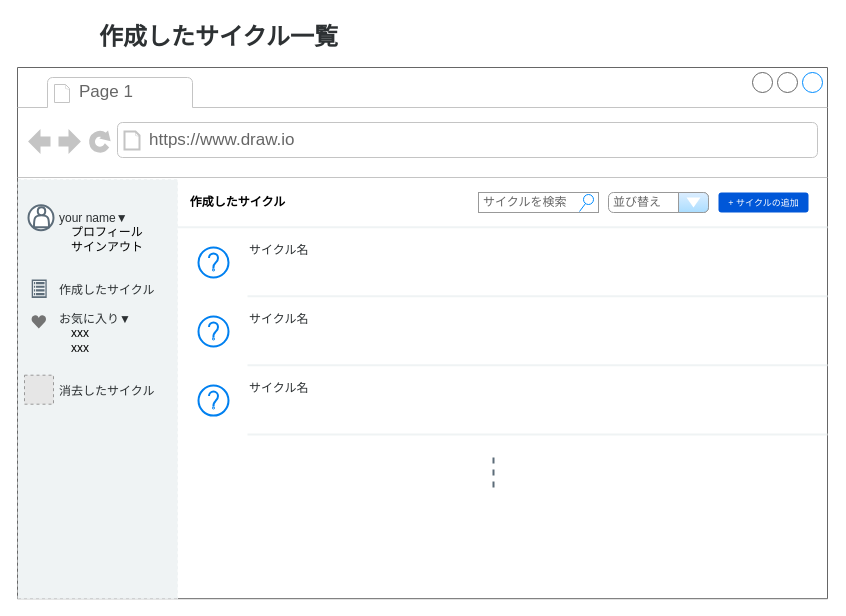
The draw.io diagram page "画面設計(サイクル一覧)" (6 of 8) of ER.drawio in katkatprog/drowio, before the edit. Source tidied: cells renumbered, new cells numbered last; positions are measured from the earlier drawing's top-left corner, leaving out a move shared by most shapes. Both pictures are drawn from the tidied source at 100%, with x=0, y=0 at pixel (17, 17). Pictures stored in the file or linked from it are replaced by grey dashed boxes.
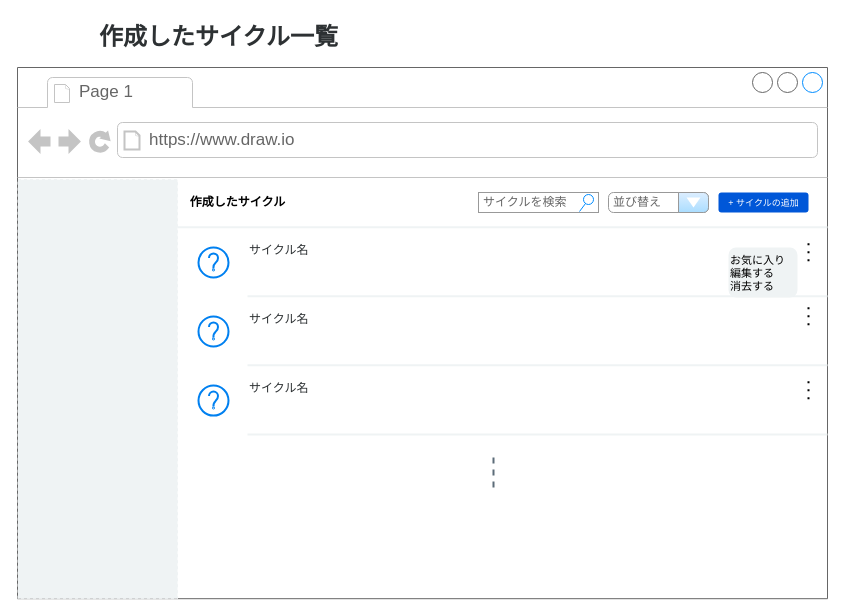
The same diagram, later.

Unchanged cells that the change refers to:
```xml
<mxCell id="2" style="strokeWidth=1;shadow=0;dashed=0;align=center;html=1;shape=mxgraph.mockup.containers.browserWindow;rSize=0;strokeColor=#666666;strokeColor2=#008cff;strokeColor3=#c4c4c4;mainText=,;labelBackgroundColor=none;labelBorderColor=none;fillStyle=auto;fontSize=9;fontColor=default;fillColor=#FFFFFF;" parent="1" vertex="1">
  <mxGeometry y="50" width="810" height="531.2" as="geometry" />
</mxCell>
```

Change to the diagram source:
```diff
@@
-    <mxCell id="21" value="&lt;span style=&quot;color: rgb(45, 49, 51);&quot;&gt;your name▼&lt;br&gt;&lt;/span&gt;　プロフィール&lt;br&gt;　サインアウト&lt;br style=&quot;color: rgb(45, 49, 51);&quot;&gt;&lt;br style=&quot;color: rgb(45, 49, 51);&quot;&gt;&lt;br style=&quot;color: rgb(45, 49, 51);&quot;&gt;&lt;font color=&quot;#2d3133&quot;&gt;作成したサイクル&lt;br&gt;&lt;/font&gt;&lt;br style=&quot;color: rgb(45, 49, 51);&quot;&gt;&lt;span style=&quot;color: rgb(45, 49, 51);&quot;&gt;お気に入り▼&lt;br&gt;&lt;/span&gt;　xxx&lt;br&gt;　xxx&lt;br&gt;　&lt;br&gt;&lt;br style=&quot;color: rgb(45, 49, 51);&quot;&gt;&lt;font color=&quot;#2d3133&quot;&gt;消去したサイクル&lt;/font&gt;" style="text;html=1;align=left;verticalAlign=top;fillColor=none;strokeColor=none;rounded=0;labelBackgroundColor=none;labelBorderColor=none;fillStyle=auto;strokeWidth=2;fontSize=12;fontColor=default;" parent="2" vertex="1">
-      <mxGeometry x="40" y="136.7" width="120" height="200" as="geometry" />
-    </mxCell>
-    <mxCell id="22" style="ellipse;whiteSpace=wrap;html=1;labelBackgroundColor=none;labelBorderColor=none;fillStyle=auto;strokeColor=#5c6c79;strokeWidth=2;fontSize=12;fontColor=default;fillColor=#FFFFFF;" parent="2" vertex="1">
-      <mxGeometry x="11" y="137.7" width="25" height="25" as="geometry" />
-    </mxCell>
-    <mxCell id="23" style="shape=actor;whiteSpace=wrap;html=1;labelBackgroundColor=none;labelBorderColor=none;fillStyle=auto;strokeColor=#5c6c79;strokeWidth=2;fontSize=12;fontColor=default;fillColor=#FFFFFF;" parent="2" vertex="1">
-      <mxGeometry x="16.5" y="139.7" width="15" height="20" as="geometry" />
-    </mxCell>
-    <mxCell id="24" style="dashed=0;verticalLabelPosition=bottom;verticalAlign=top;align=center;shape=mxgraph.gmdl.heart;strokeColor=none;fillColor=#737373;shadow=0;sketch=0;labelBackgroundColor=none;labelBorderColor=none;fillStyle=auto;strokeWidth=2;fontSize=11;fontColor=default;" parent="2" vertex="1">
-      <mxGeometry x="13.8" y="247.6" width="15" height="13.5" as="geometry" />
-    </mxCell>
-    <mxCell id="25" style="sketch=0;html=1;strokeColor=none;shadow=0;align=center;verticalAlign=top;fillColor=#5C6C79;shape=mxgraph.gcp2.view_list;labelBackgroundColor=none;labelBorderColor=none;fillStyle=auto;strokeWidth=2;fontSize=11;fontColor=default;" parent="2" vertex="1">
-      <mxGeometry x="14.2" y="212" width="15" height="18.5" as="geometry" />
-    </mxCell>
-    <mxCell id="26" style="fillColor=#E6E6E6;strokeColor=#999999;dashed=1;html=1;verticalAlign=top;verticalLabelPosition=bottom;labelBackgroundColor=#ffffff;fontSize=11;fontColor=#B5739D;" parent="2" vertex="1">
-      <mxGeometry x="7" y="307.7" width="29" height="29" as="geometry" />
-    </mxCell>
+    <mxCell id="28" style="endArrow=none;dashed=1;html=1;dashPattern=1 3;strokeWidth=2;rounded=0;fontSize=18;fontColor=#B5739D;" parent="2" edge="1">
+      <mxGeometry relative="1" as="geometry">
+        <mxPoint x="791" y="193.7" as="sourcePoint" />
+        <mxPoint x="791" y="173.7" as="targetPoint" />
+      </mxGeometry>
+    </mxCell>
+    <mxCell id="29" style="endArrow=none;dashed=1;html=1;dashPattern=1 3;strokeWidth=2;rounded=0;fontSize=18;fontColor=#B5739D;" parent="2" edge="1">
+      <mxGeometry relative="1" as="geometry">
+        <mxPoint x="791" y="257.7" as="sourcePoint" />
+        <mxPoint x="791" y="237.7" as="targetPoint" />
+      </mxGeometry>
+    </mxCell>
+    <mxCell id="30" style="endArrow=none;dashed=1;html=1;dashPattern=1 3;strokeWidth=2;rounded=0;fontSize=18;fontColor=#B5739D;" parent="2" edge="1">
+      <mxGeometry relative="1" as="geometry">
+        <mxPoint x="791" y="331.7" as="sourcePoint" />
+        <mxPoint x="791" y="311.7" as="targetPoint" />
+      </mxGeometry>
+    </mxCell>
+    <mxCell id="31" value="お気に入り&lt;br&gt;編集する&lt;br&gt;消去する" style="rounded=1;whiteSpace=wrap;html=1;glass=0;labelBackgroundColor=none;labelBorderColor=none;fillStyle=auto;strokeColor=none;strokeWidth=1;fontSize=11;fontColor=#000000;fillColor=#EFF3F4;gradientColor=none;align=left;verticalAlign=top;" parent="2" vertex="1">
+      <mxGeometry x="711" y="180" width="69" height="50" as="geometry" />
+    </mxCell>
```
